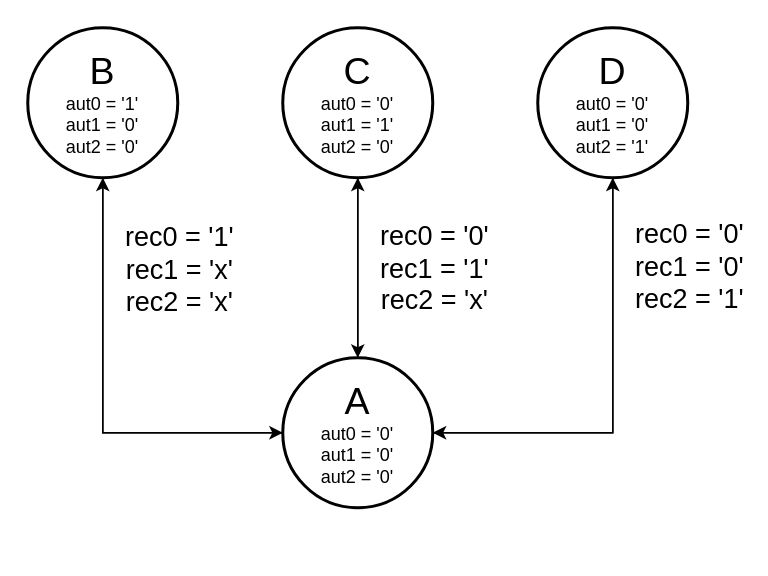
Earlier version of the draw.io diagram Sistemas Digitais/Exercícios/TrabalhoFSM/Diagrama fsm.drawio (Andrei5223/UFFS). Source tidied: cells renumbered, new cells numbered last; positions are measured from the earlier drawing's top-left corner, leaving out a move shared by most shapes. Both pictures are drawn from the tidied source at 150%, with x=0, y=0 at pixel (27, 27).
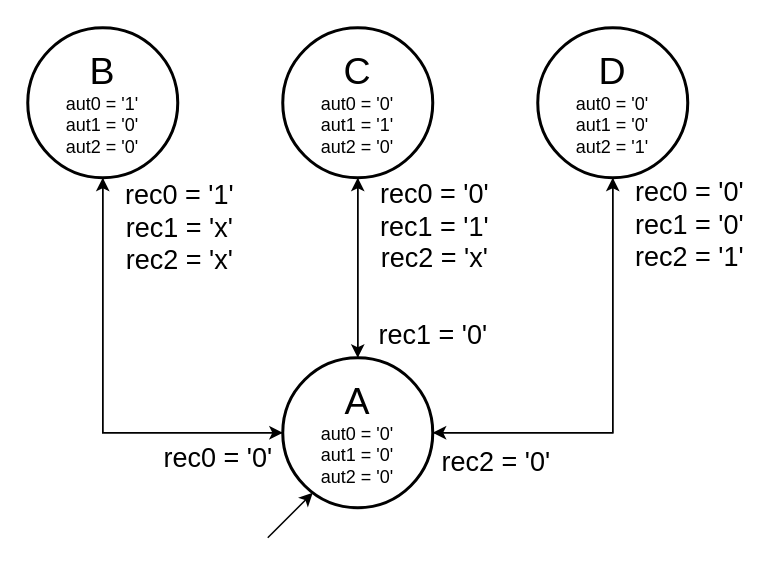
The same page after the edit.

Unchanged cells that the change refers to:
```xml
<mxCell id="2" style="edgeStyle=orthogonalEdgeStyle;rounded=0;jettySize=auto;html=1;entryX=0.5;entryY=1;entryDx=0;entryDy=0;entryPerimeter=0;" parent="1" edge="1" source="8" target="14">
  <mxGeometry relative="1" as="geometry" />
</mxCell>
<mxCell id="4" style="edgeStyle=orthogonalEdgeStyle;rounded=0;jettySize=auto;html=1;entryX=0.5;entryY=1;entryDx=0;entryDy=0;entryPerimeter=0;fillColor=#f8cecc;strokeColor=#000000;" parent="1" edge="1" source="8" target="10">
  <mxGeometry relative="1" as="geometry" />
</mxCell>
<mxCell id="6" style="edgeStyle=orthogonalEdgeStyle;rounded=0;jettySize=auto;html=1;entryX=0.5;entryY=1;entryDx=0;entryDy=0;entryPerimeter=0;" parent="1" edge="1" source="8" target="12">
  <mxGeometry relative="1" as="geometry" />
</mxCell>
```

What changed in the source:
```diff
@@
     <mxCell id="3" value="rec0 = '1'&lt;br style=&quot;font-size: 18px;&quot;&gt;rec1 = 'x'&lt;br style=&quot;font-size: 18px;&quot;&gt;&lt;div style=&quot;font-size: 18px;&quot;&gt;rec2 = 'x'&lt;/div&gt;" style="edgeLabel;html=1;align=center;verticalAlign=middle;fontSize=18;" parent="2" vertex="1">
       <mxGeometry x="0.21" y="-1" relative="1" as="geometry">
-        <mxPoint x="49" y="-54" as="offset" />
+        <mxPoint x="49" y="-82" as="offset" />
       </mxGeometry>
     </mxCell>
@@
     <mxCell id="5" value="&lt;font style=&quot;font-size: 18px;&quot;&gt;rec0 = '0'&lt;br&gt;rec1 = '0'&lt;br&gt;&lt;/font&gt;&lt;div style=&quot;font-size: 18px;&quot;&gt;&lt;font style=&quot;font-size: 18px;&quot;&gt;rec2 = '1&lt;/font&gt;'&lt;/div&gt;" style="edgeLabel;html=1;align=center;verticalAlign=middle;" parent="4" vertex="1">
       <mxGeometry x="0.48" y="-5" relative="1" as="geometry">
-        <mxPoint x="45" y="-16" as="offset" />
+        <mxPoint x="45" y="-44" as="offset" />
       </mxGeometry>
     </mxCell>
@@
     <mxCell id="7" value="&lt;font style=&quot;font-size: 18px;&quot;&gt;rec0 = '0'&lt;br style=&quot;font-size: 18px;&quot;&gt;rec1 = '1'&lt;br style=&quot;font-size: 18px;&quot;&gt;&lt;/font&gt;&lt;div style=&quot;font-size: 18px;&quot;&gt;&lt;font style=&quot;font-size: 18px;&quot;&gt;rec2 = 'x'&lt;/font&gt;&lt;/div&gt;" style="edgeLabel;html=1;align=center;verticalAlign=middle;fontSize=18;" parent="6" vertex="1">
       <mxGeometry x="-0.23" y="-3" relative="1" as="geometry">
-        <mxPoint x="47" y="-14" as="offset" />
+        <mxPoint x="47" y="-42" as="offset" />
       </mxGeometry>
     </mxCell>
@@
+    <mxCell id="15" style="endArrow=classic;html=1;rounded=0;" parent="1" edge="1">
+      <mxGeometry relative="1" as="geometry">
+        <mxPoint x="160" y="340" as="sourcePoint" />
+        <mxPoint x="190" y="310" as="targetPoint" />
+      </mxGeometry>
+    </mxCell>
+    <mxCell id="16" value="&lt;font style=&quot;font-size: 18px;&quot;&gt;rec2 = '0'&lt;/font&gt;" style="text;html=1;align=center;verticalAlign=middle;strokeColor=none;fillColor=none;" parent="1" vertex="1">
+      <mxGeometry x="262" y="270" width="100" height="40" as="geometry" />
+    </mxCell>
+    <mxCell id="17" value="&lt;font style=&quot;font-size: 18px;&quot;&gt;rec1 = '0'&lt;/font&gt;" style="text;html=1;align=center;verticalAlign=middle;strokeColor=none;fillColor=none;" parent="1" vertex="1">
+      <mxGeometry x="220" y="185" width="100" height="40" as="geometry" />
+    </mxCell>
+    <mxCell id="18" value="&lt;font style=&quot;font-size: 18px;&quot;&gt;rec0 = '0'&lt;/font&gt;" style="text;whiteSpace=wrap;html=1;" parent="1" vertex="1">
+      <mxGeometry x="89" y="270" width="110" height="50" as="geometry" />
+    </mxCell>
```
